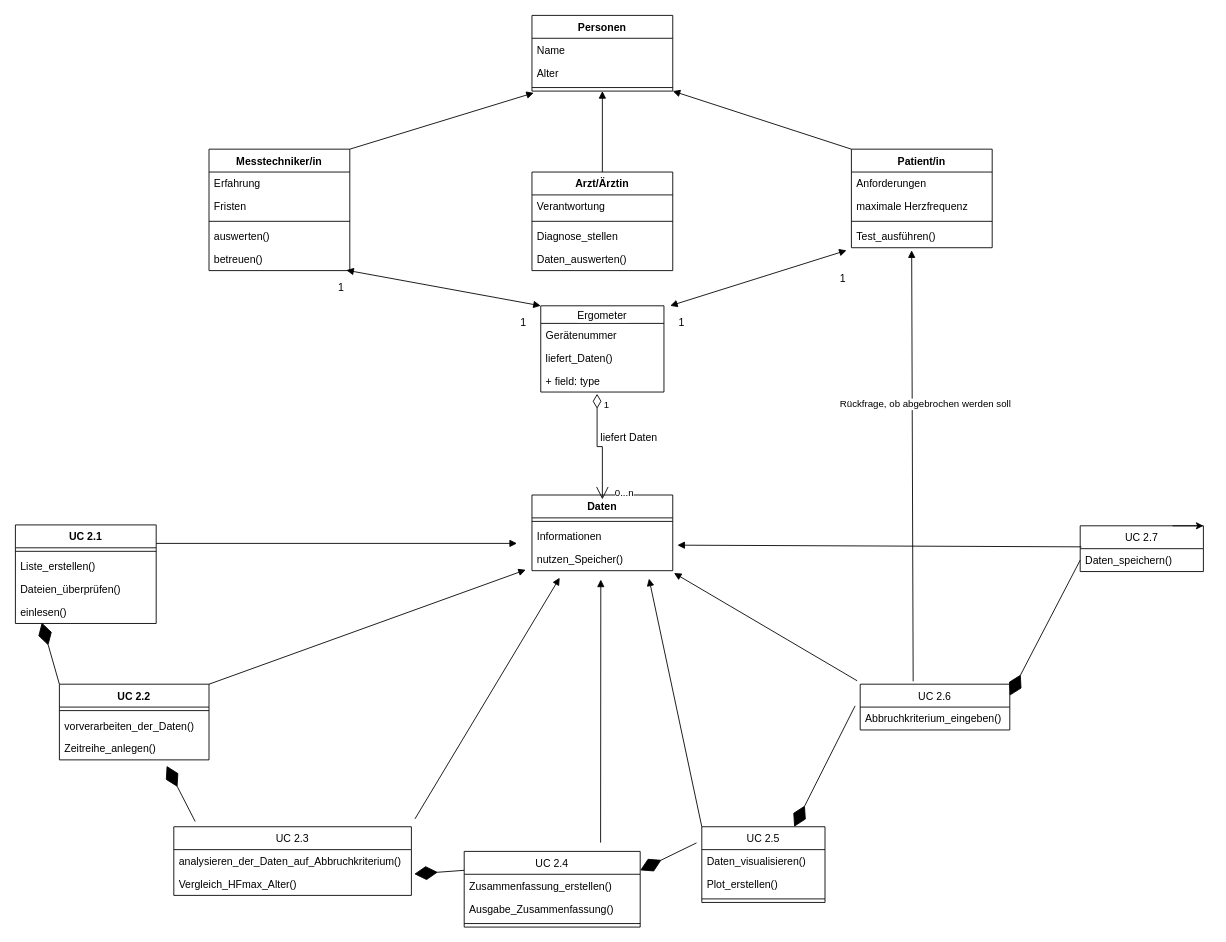
The draw.io diagram PÜ3/Untitled Diagram.drawio in jhumci/MCI-MSE_Aufgaben, before the edit. Source tidied: cells renumbered, new cells numbered last; positions are measured from the earlier drawing's top-left corner, leaving out a move shared by most shapes. Both pictures are drawn from the tidied source at 88%, with x=0, y=0 at pixel (15, 15).
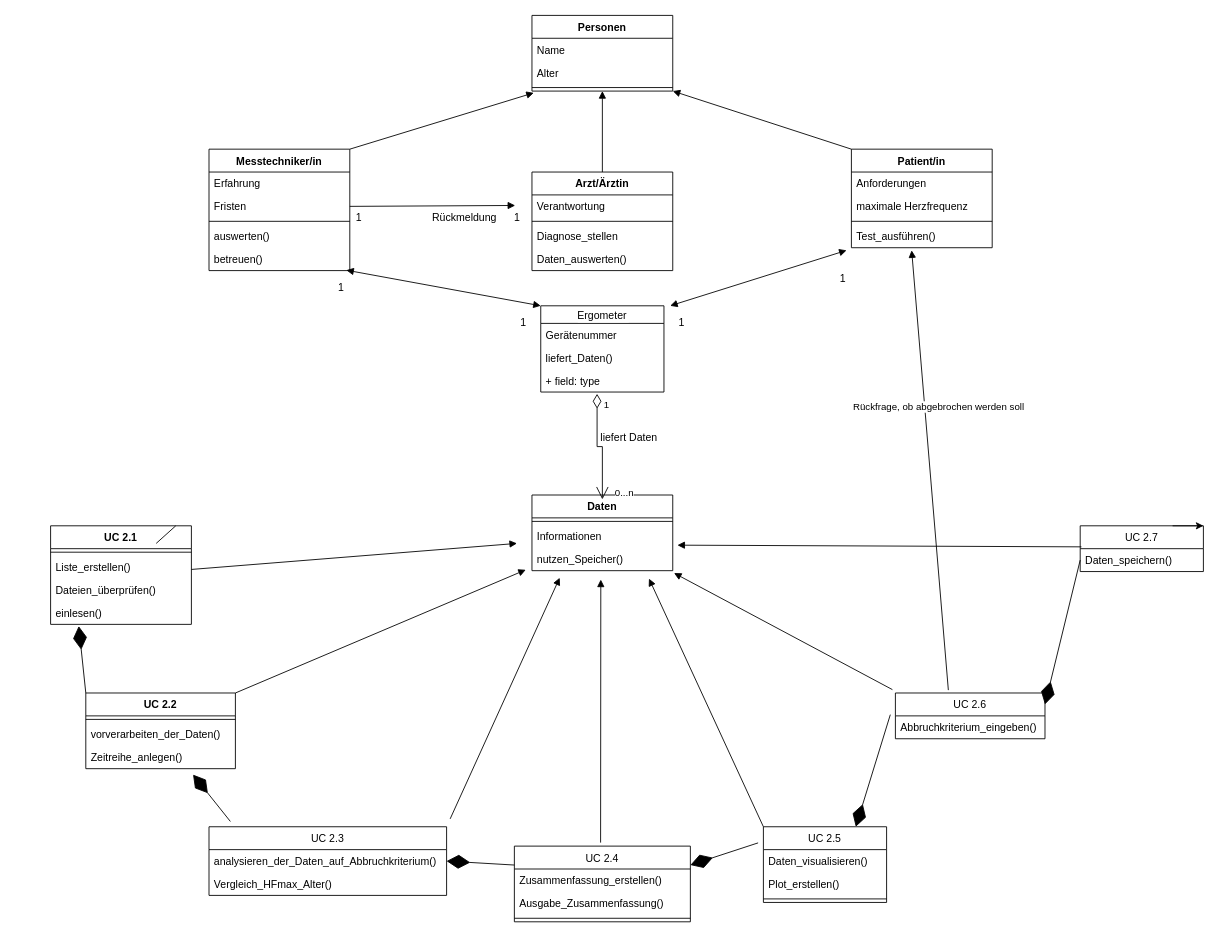
Above is the later version.

The change refers to these unchanged cells:
```xml
<mxCell id="12" value="Fristen" style="text;strokeColor=none;fillColor=none;align=left;verticalAlign=top;spacingLeft=4;spacingRight=4;overflow=hidden;points=[[0,0.5],[1,0.5]];portConstraint=eastwest;labelBackgroundColor=#ffffff;" parent="10" vertex="1">
  <mxGeometry y="52" width="160" height="26" as="geometry" />
</mxCell>
<mxCell id="39" value="analysieren_der_Daten_auf_Abbruchkriterium()" style="text;strokeColor=none;fillColor=none;align=left;verticalAlign=top;spacingLeft=4;spacingRight=4;overflow=hidden;points=[[0,0.5],[1,0.5]];portConstraint=eastwest;labelBackgroundColor=#ffffff;" parent="38" vertex="1">
  <mxGeometry y="26" width="270" height="26" as="geometry" />
</mxCell>
<mxCell id="40" value="Vergleich_HFmax_Alter()" style="text;strokeColor=none;fillColor=none;align=left;verticalAlign=top;spacingLeft=4;spacingRight=4;overflow=hidden;points=[[0,0.5],[1,0.5]];portConstraint=eastwest;labelBackgroundColor=#ffffff;" parent="38" vertex="1">
  <mxGeometry y="52" width="270" height="26" as="geometry" />
</mxCell>
```

Change to the diagram source:
```diff
@@
-    <mxCell id="29" value="UC 2.1" style="swimlane;fontStyle=1;align=center;verticalAlign=top;horizontal=1;startSize=26;labelBackgroundColor=#ffffff;" parent="1" vertex="1">
-      <mxGeometry y="579" width="160" height="112" as="geometry" />
-    </mxCell>
-    <mxCell id="30" style="line;strokeWidth=1;fillColor=none;align=left;verticalAlign=middle;spacingTop=-1;spacingLeft=3;spacingRight=3;labelPosition=right;labelBackgroundColor=#ffffff;" parent="29" vertex="1">
-      <mxGeometry y="26" width="160" height="8" as="geometry" />
-    </mxCell>
-    <mxCell id="31" value="Liste_erstellen()" style="text;strokeColor=none;fillColor=none;align=left;verticalAlign=top;spacingLeft=4;spacingRight=4;overflow=hidden;labelBackgroundColor=#ffffff;" parent="29" vertex="1">
-      <mxGeometry y="34" width="160" height="26" as="geometry" />
-    </mxCell>
-    <mxCell id="32" value="Dateien_überprüfen()" style="text;strokeColor=none;fillColor=none;align=left;verticalAlign=top;spacingLeft=4;spacingRight=4;overflow=hidden;labelBackgroundColor=#ffffff;" parent="29" vertex="1">
-      <mxGeometry y="60" width="160" height="26" as="geometry" />
-    </mxCell>
-    <mxCell id="33" value="einlesen()" style="text;strokeColor=none;fillColor=none;align=left;verticalAlign=top;spacingLeft=4;spacingRight=4;overflow=hidden;points=[[0,0.5],[1,0.5]];portConstraint=eastwest;labelBackgroundColor=#ffffff;" parent="29" vertex="1">
-      <mxGeometry y="86" width="160" height="26" as="geometry" />
-    </mxCell>
     <mxCell id="34" value="UC 2.2" style="swimlane;fontStyle=1;align=center;verticalAlign=top;horizontal=1;startSize=26;labelBackgroundColor=#ffffff;" parent="1" vertex="1">
-      <mxGeometry x="50" y="760" width="170" height="86" as="geometry" />
+      <mxGeometry x="80" y="770" width="170" height="86" as="geometry" />
     </mxCell>
@@
     <mxCell id="38" value="UC 2.3" style="swimlane;fontStyle=0;horizontal=1;startSize=26;fillColor=none;labelBackgroundColor=#ffffff;" parent="1" vertex="1">
-      <mxGeometry x="180" y="922" width="270" height="78" as="geometry" />
+      <mxGeometry x="220" y="922" width="270" height="78" as="geometry" />
     </mxCell>
@@
-    <mxCell id="45" style="endArrow=diamondThin;endFill=1;endSize=24;html=1;rounded=0;exitX=0;exitY=0;exitDx=0;exitDy=0;" parent="1" edge="1" source="34">
-      <mxGeometry relative="1" as="geometry">
-        <mxPoint x="30" y="690" as="targetPoint" />
-      </mxGeometry>
+    <mxCell id="45" style="endArrow=diamondThin;endFill=1;endSize=24;html=1;rounded=0;exitX=0;exitY=0;exitDx=0;exitDy=0;entryX=0.2;entryY=1.077;entryDx=0;entryDy=0;entryPerimeter=0;" parent="1" edge="1" source="34" target="33">
+      <mxGeometry relative="1" as="geometry" />
     </mxCell>
@@
     <mxCell id="56" value="UC 2.5" style="swimlane;fontStyle=0;horizontal=1;startSize=26;fillColor=none;labelBackgroundColor=#ffffff;" parent="1" vertex="1">
-      <mxGeometry x="780" y="922" width="140" height="86" as="geometry" />
+      <mxGeometry x="850" y="922" width="140" height="86" as="geometry" />
     </mxCell>
@@
     <mxCell id="60" value="UC 2.6" style="swimlane;fontStyle=0;horizontal=1;startSize=26;fillColor=none;labelBackgroundColor=#ffffff;" parent="1" vertex="1">
-      <mxGeometry x="960" y="760" width="170" height="52" as="geometry" />
+      <mxGeometry x="1000" y="770" width="170" height="52" as="geometry" />
     </mxCell>
@@
-    <mxCell id="63" style="endArrow=diamondThin;endFill=1;endSize=24;html=1;rounded=0;exitX=0;exitY=0.25;exitDx=0;exitDy=0;entryX=1.012;entryY=0.064;entryDx=0;entryDy=0;entryPerimeter=0;" parent="1" edge="1" source="76" target="40">
+    <mxCell id="63" style="endArrow=diamondThin;endFill=1;endSize=24;html=1;rounded=0;exitX=0;exitY=0.25;exitDx=0;exitDy=0;entryX=1;entryY=0.5;entryDx=0;entryDy=0;" parent="1" edge="1" source="76" target="39">
       <mxGeometry relative="1" as="geometry" />
     </mxCell>
@@
-    <mxCell id="69" style="html=1;verticalAlign=bottom;endArrow=block;rounded=0;" parent="1" edge="1">
+    <mxCell id="69" style="html=1;verticalAlign=bottom;endArrow=block;rounded=0;startArrow=none;" parent="1" edge="1" source="29">
       <mxGeometry relative="1" as="geometry">
-        <mxPoint x="160" y="600" as="sourcePoint" />
         <mxPoint x="570" y="600" as="targetPoint" />
       </mxGeometry>
     </mxCell>
@@
     <mxCell id="76" value="UC 2.4" style="swimlane;fontStyle=0;horizontal=1;startSize=26;fillColor=none;labelBackgroundColor=#ffffff;" parent="1" vertex="1">
-      <mxGeometry x="510" y="950" width="200" height="86" as="geometry" />
+      <mxGeometry x="567" y="944" width="200" height="86" as="geometry" />
     </mxCell>
@@
+    <mxCell id="29" value="UC 2.1" style="swimlane;fontStyle=1;align=center;verticalAlign=top;horizontal=1;startSize=26;labelBackgroundColor=#ffffff;" parent="1" vertex="1">
+      <mxGeometry x="40" y="580" width="160" height="112" as="geometry" />
+    </mxCell>
+    <mxCell id="30" style="line;strokeWidth=1;fillColor=none;align=left;verticalAlign=middle;spacingTop=-1;spacingLeft=3;spacingRight=3;labelPosition=right;labelBackgroundColor=#ffffff;" parent="29" vertex="1">
+      <mxGeometry y="26" width="160" height="8" as="geometry" />
+    </mxCell>
+    <mxCell id="31" value="Liste_erstellen()" style="text;strokeColor=none;fillColor=none;align=left;verticalAlign=top;spacingLeft=4;spacingRight=4;overflow=hidden;labelBackgroundColor=#ffffff;" parent="29" vertex="1">
+      <mxGeometry y="34" width="160" height="26" as="geometry" />
+    </mxCell>
+    <mxCell id="32" value="Dateien_überprüfen()" style="text;strokeColor=none;fillColor=none;align=left;verticalAlign=top;spacingLeft=4;spacingRight=4;overflow=hidden;labelBackgroundColor=#ffffff;" parent="29" vertex="1">
+      <mxGeometry y="60" width="160" height="26" as="geometry" />
+    </mxCell>
+    <mxCell id="33" value="einlesen()" style="text;strokeColor=none;fillColor=none;align=left;verticalAlign=top;spacingLeft=4;spacingRight=4;overflow=hidden;points=[[0,0.5],[1,0.5]];portConstraint=eastwest;labelBackgroundColor=#ffffff;" parent="29" vertex="1">
+      <mxGeometry y="86" width="160" height="26" as="geometry" />
+    </mxCell>
+    <mxCell id="82" style="html=1;verticalAlign=bottom;endArrow=none;rounded=0;" parent="1" edge="1" target="29">
+      <mxGeometry relative="1" as="geometry">
+        <mxPoint x="160" y="600" as="sourcePoint" />
+      </mxGeometry>
+    </mxCell>
+    <mxCell id="83" style="html=1;verticalAlign=bottom;endArrow=block;rounded=0;exitX=1;exitY=0.5;exitDx=0;exitDy=0;entryX=1.144;entryY=-0.2;entryDx=0;entryDy=0;entryPerimeter=0;" parent="1" edge="1" source="12" target="84">
+      <mxGeometry relative="1" as="geometry" />
+    </mxCell>
+    <mxCell id="84" value="Rückmeldung" style="text;html=1;align=center;verticalAlign=middle;points=[];strokeColor=none;fillColor=none;" parent="1" vertex="1">
+      <mxGeometry x="465" y="220" width="90" height="20" as="geometry" />
+    </mxCell>
+    <mxCell id="85" value="1" style="text;html=1;align=center;verticalAlign=middle;strokeColor=none;fillColor=none;" parent="1" vertex="1">
+      <mxGeometry x="560" y="220" width="20" height="20" as="geometry" />
+    </mxCell>
+    <mxCell id="86" value="1" style="text;html=1;align=center;verticalAlign=middle;strokeColor=none;fillColor=none;" parent="1" vertex="1">
+      <mxGeometry x="380" y="220" width="20" height="20" as="geometry" />
+    </mxCell>
```
